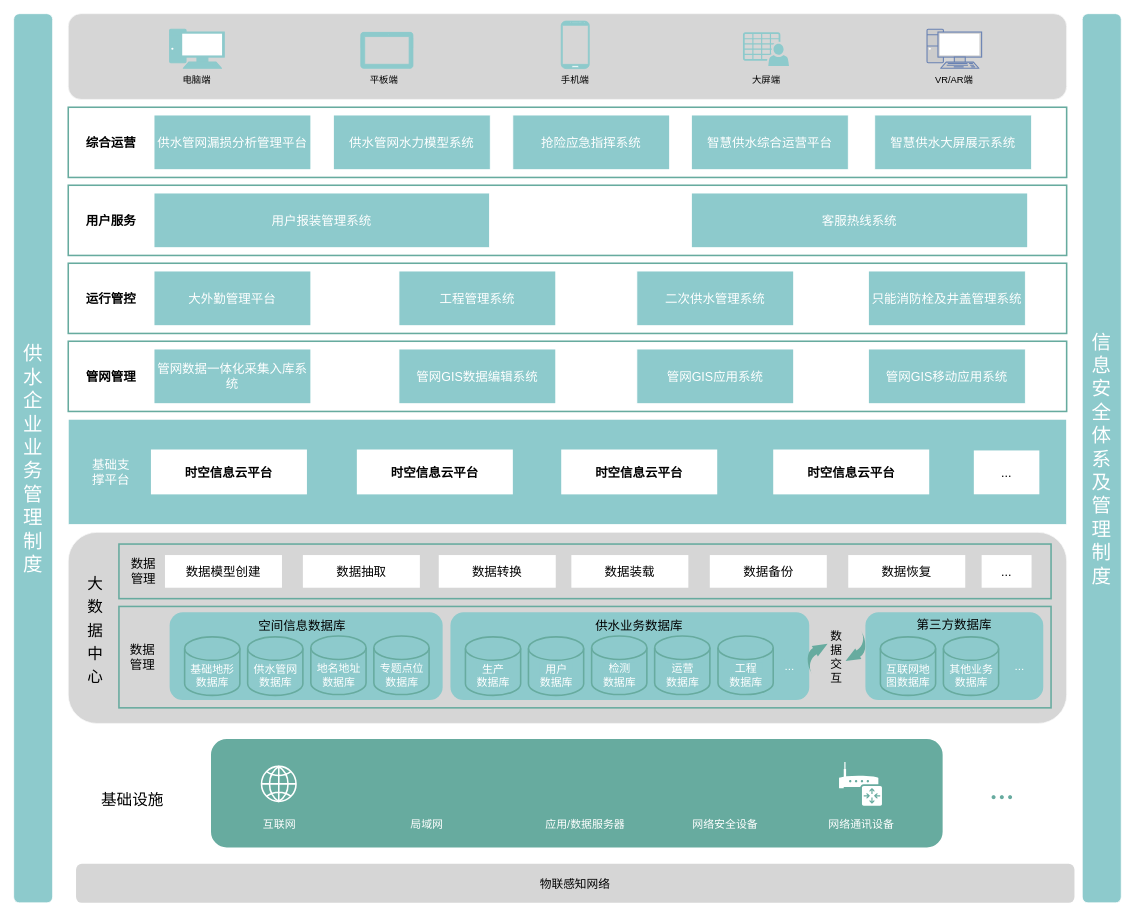
Above: page "第 1 页" (1 of 2) of Untitled Diagram.drawio in zhangxrxyy/draw (draw.io), before the change. Source tidied: cells renumbered, new cells numbered last; positions are measured from the earlier drawing's top-left corner, leaving out a move shared by most shapes. Both pictures are drawn from the tidied source at 78%, with x=0, y=0 at pixel (13, 13). Pictures stored in the file or linked from it are replaced by grey dashed boxes.
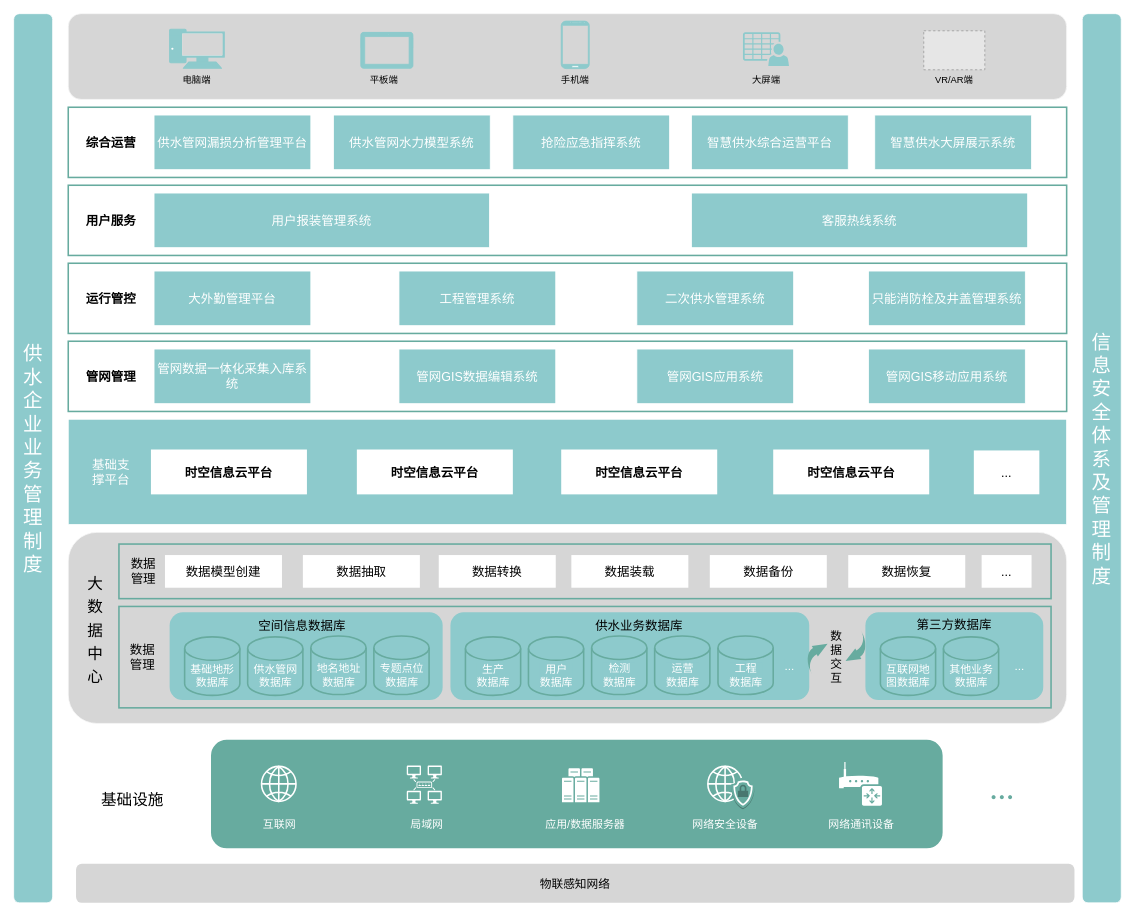
After the change.

Change to the diagram source:
```diff
@@
-    <mxCell id="8" style="fontColor=#0066CC;verticalAlign=top;verticalLabelPosition=bottom;labelPosition=center;align=center;html=1;fillColor=#8DCACC;strokeColor=#8DCACC;gradientColor=none;gradientDirection=north;strokeWidth=2;shape=mxgraph.networks.pc;" parent="1" vertex="1">
-      <mxGeometry x="200" y="20" width="70" height="50" as="geometry" />
-    </mxCell>
@@
-    <mxCell id="13" style="fontColor=#0066CC;verticalAlign=top;verticalLabelPosition=bottom;labelPosition=center;align=center;html=1;fillColor=#CCCCCC;strokeColor=#6881B3;gradientColor=none;gradientDirection=north;strokeWidth=2;shape=mxgraph.networks.pc;" parent="1" vertex="1">
-      <mxGeometry x="1171" y="20" width="70" height="50" as="geometry" />
-    </mxCell>
@@
     <mxCell id="98" style="rounded=1;whiteSpace=wrap;html=1;labelBackgroundColor=none;fontSize=15;fontColor=#000000;strokeColor=#FFFFFF;strokeWidth=2;fillColor=#67AB9F;" parent="1" vertex="1">
-      <mxGeometry x="252" y="929" width="940" height="141" as="geometry" />
+      <mxGeometry x="252" y="930" width="940" height="141" as="geometry" />
     </mxCell>
@@
+    <mxCell id="113" style="html=1;verticalLabelPosition=bottom;align=center;labelBackgroundColor=#ffffff;verticalAlign=top;strokeWidth=2;strokeColor=#FFFFFF;shadow=0;dashed=0;shape=mxgraph.ios7.icons.globe;rounded=1;fontSize=12;fontColor=#67AB9F;fillColor=none;" parent="1" vertex="1">
+      <mxGeometry x="890" y="965" width="44.2" height="45" as="geometry" />
+    </mxCell>
+    <mxCell id="114" style="dashed=0;verticalLabelPosition=bottom;verticalAlign=top;align=center;html=1;shape=mxgraph.aws3.ssl_padlock;fillColor=#67AB9F;gradientColor=none;rounded=1;labelBackgroundColor=none;fontSize=12;fontColor=#67AB9F;strokeColor=default;strokeWidth=2;shadow=0;" parent="1" vertex="1">
+      <mxGeometry x="920" y="980" width="30" height="40" as="geometry" />
+    </mxCell>
+    <mxCell id="115" style="sketch=0;shadow=0;dashed=0;html=1;strokeColor=none;fillColor=#FFFFFF;labelPosition=center;verticalLabelPosition=bottom;verticalAlign=top;align=center;shape=mxgraph.office.servers.server_farm;rounded=1;labelBackgroundColor=none;fontSize=12;fontColor=#67AB9F;" parent="1" vertex="1">
+      <mxGeometry x="703" y="967.5" width="48" height="43.5" as="geometry" />
+    </mxCell>
+    <mxCell id="116" style="sketch=0;shadow=0;dashed=0;html=1;strokeColor=none;fillColor=#FFFFFF;labelPosition=center;verticalLabelPosition=bottom;verticalAlign=top;align=center;shape=mxgraph.office.servers.topology_builder;rounded=1;labelBackgroundColor=none;fontSize=12;fontColor=#67AB9F;" parent="1" vertex="1">
+      <mxGeometry x="504" y="964" width="45" height="49" as="geometry" />
+    </mxCell>
+    <mxCell id="117" style="fillColor=#E6E6E6;strokeColor=#999999;dashed=1;verticalLabelPosition=bottom;verticalAlign=top;labelBackgroundColor=none;fontSize=12;fontColor=#67AB9F;" parent="1" vertex="1">
+      <mxGeometry x="1166.8" y="22" width="78.3" height="50" as="geometry" />
+    </mxCell>
+    <mxCell id="118" style="group;" parent="1" vertex="1">
+      <mxGeometry x="200" y="20" width="70" height="50" as="geometry" />
+    </mxCell>
+    <mxCell id="8" style="fontColor=#0066CC;verticalAlign=top;verticalLabelPosition=bottom;labelPosition=center;align=center;html=1;fillColor=#8DCACC;strokeColor=#8DCACC;gradientColor=none;gradientDirection=north;strokeWidth=2;shape=mxgraph.networks.pc;" parent="118" vertex="1">
+      <mxGeometry width="70" height="50" as="geometry" />
+    </mxCell>
+    <mxCell id="119" style="rounded=0;whiteSpace=wrap;html=1;shadow=0;labelBackgroundColor=none;fontSize=12;fontColor=#67AB9F;strokeColor=none;strokeWidth=2;fillColor=#D6D6D6;" parent="118" vertex="1">
+      <mxGeometry x="16" y="5.5" width="52" height="28" as="geometry" />
+    </mxCell>
```
